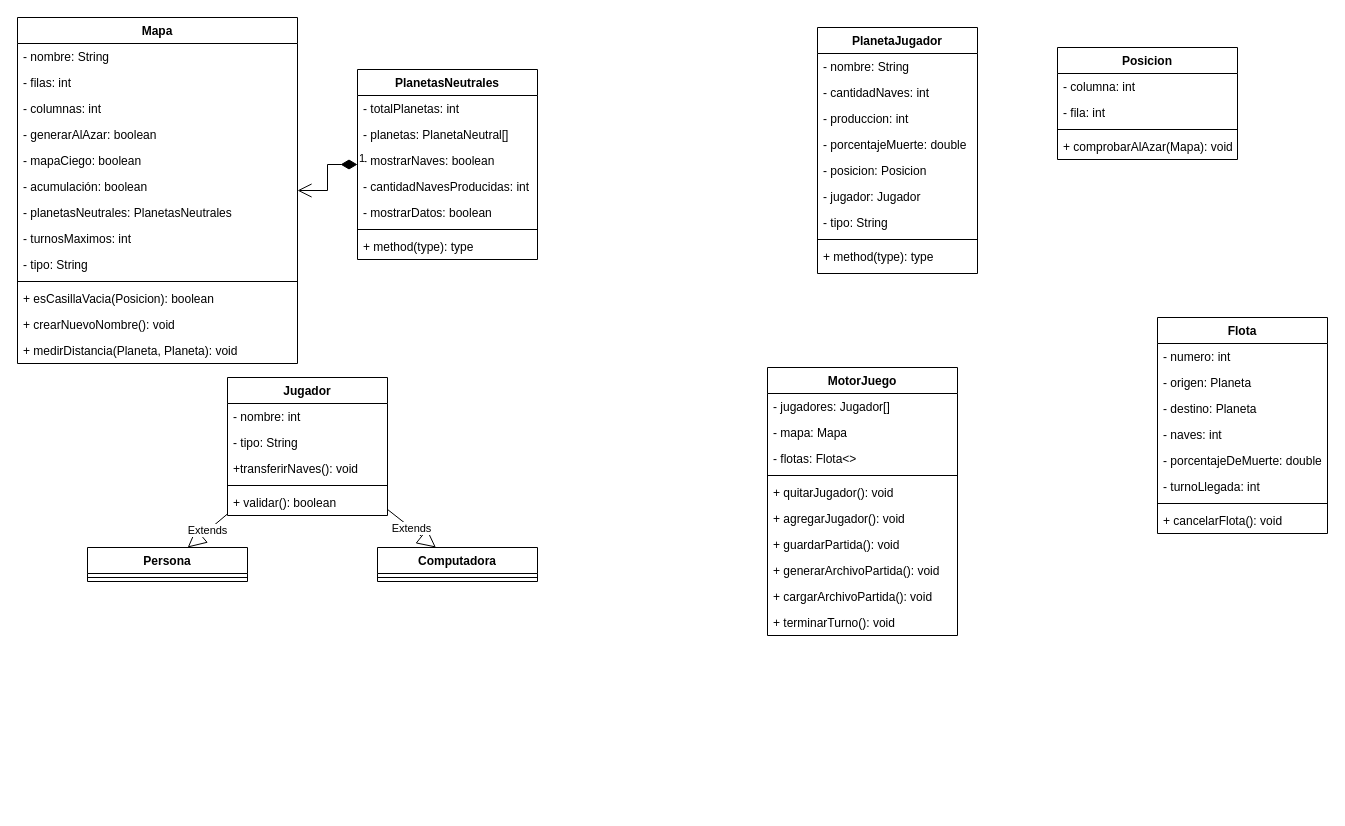
Above: UML.drawio in alejandro-vasquez-es/konquest (draw.io), before the change. Source tidied: cells renumbered, new cells numbered last; positions are measured from the earlier drawing's top-left corner, leaving out a move shared by most shapes. Both pictures are drawn from the tidied source at 100%, with x=0, y=0 at pixel (17, 17).
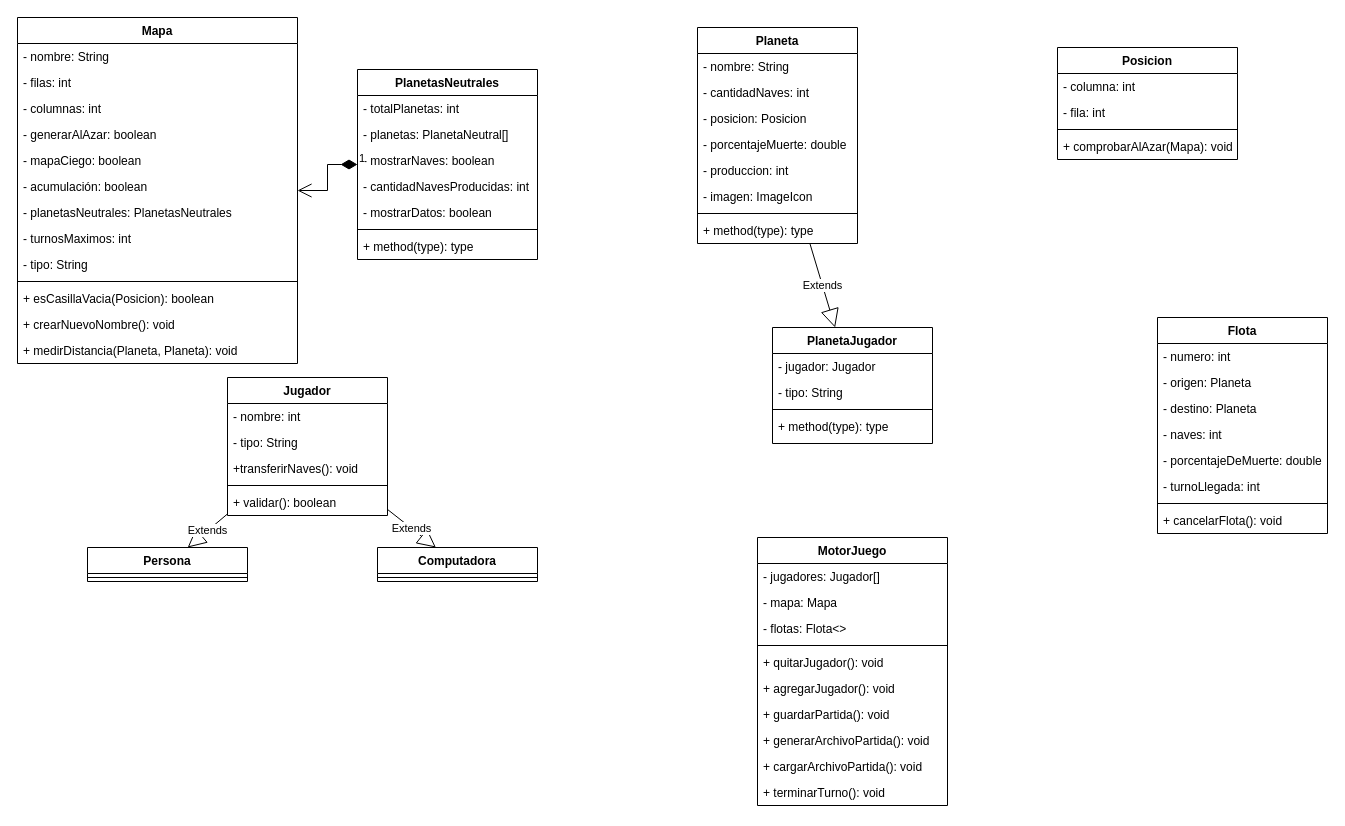
Above is the later version.

Diff of the diagram source:
```diff
@@
     <mxCell id="31" value="PlanetaJugador" style="swimlane;fontStyle=1;align=center;verticalAlign=top;horizontal=1;startSize=26;" parent="1" vertex="1">
-      <mxGeometry x="800" y="10" width="160" height="246" as="geometry" />
+      <mxGeometry x="755" y="310" width="160" height="116" as="geometry" />
     </mxCell>
-    <mxCell id="32" value="- nombre: String" style="text;strokeColor=none;fillColor=none;align=left;verticalAlign=top;spacingLeft=4;spacingRight=4;overflow=hidden;" parent="31" vertex="1">
-      <mxGeometry y="26" width="160" height="26" as="geometry" />
-    </mxCell>
-    <mxCell id="33" value="- cantidadNaves: int" style="text;strokeColor=none;fillColor=none;align=left;verticalAlign=top;spacingLeft=4;spacingRight=4;overflow=hidden;" parent="31" vertex="1">
-      <mxGeometry y="52" width="160" height="26" as="geometry" />
-    </mxCell>
-    <mxCell id="34" value="- produccion: int" style="text;strokeColor=none;fillColor=none;align=left;verticalAlign=top;spacingLeft=4;spacingRight=4;overflow=hidden;" parent="31" vertex="1">
-      <mxGeometry y="78" width="160" height="26" as="geometry" />
-    </mxCell>
-    <mxCell id="35" value="- porcentajeMuerte: double" style="text;strokeColor=none;fillColor=none;align=left;verticalAlign=top;spacingLeft=4;spacingRight=4;overflow=hidden;" parent="31" vertex="1">
-      <mxGeometry y="104" width="160" height="26" as="geometry" />
-    </mxCell>
-    <mxCell id="36" value="- posicion: Posicion" style="text;strokeColor=none;fillColor=none;align=left;verticalAlign=top;spacingLeft=4;spacingRight=4;overflow=hidden;" parent="31" vertex="1">
-      <mxGeometry y="130" width="160" height="26" as="geometry" />
-    </mxCell>
     <mxCell id="37" value="- jugador: Jugador" style="text;strokeColor=none;fillColor=none;align=left;verticalAlign=top;spacingLeft=4;spacingRight=4;overflow=hidden;" parent="31" vertex="1">
-      <mxGeometry y="156" width="160" height="26" as="geometry" />
+      <mxGeometry y="26" width="160" height="26" as="geometry" />
     </mxCell>
     <mxCell id="38" value="- tipo: String" style="text;strokeColor=none;fillColor=none;align=left;verticalAlign=top;spacingLeft=4;spacingRight=4;overflow=hidden;" parent="31" vertex="1">
-      <mxGeometry y="182" width="160" height="26" as="geometry" />
+      <mxGeometry y="52" width="160" height="26" as="geometry" />
     </mxCell>
     <mxCell id="39" style="line;strokeWidth=1;fillColor=none;align=left;verticalAlign=middle;spacingTop=-1;spacingLeft=3;spacingRight=3;labelPosition=right;" parent="31" vertex="1">
-      <mxGeometry y="208" width="160" height="8" as="geometry" />
+      <mxGeometry y="78" width="160" height="8" as="geometry" />
     </mxCell>
     <mxCell id="40" value="+ method(type): type" style="text;strokeColor=none;fillColor=none;align=left;verticalAlign=top;spacingLeft=4;spacingRight=4;overflow=hidden;" parent="31" vertex="1">
-      <mxGeometry y="216" width="160" height="30" as="geometry" />
+      <mxGeometry y="86" width="160" height="30" as="geometry" />
     </mxCell>
@@
     <mxCell id="52" value="MotorJuego" style="swimlane;fontStyle=1;align=center;verticalAlign=top;horizontal=1;startSize=26;" parent="1" vertex="1">
-      <mxGeometry x="750" y="350" width="190" height="268" as="geometry" />
+      <mxGeometry x="740" y="520" width="190" height="268" as="geometry" />
     </mxCell>
@@
+    <mxCell id="72" value="Planeta" style="swimlane;fontStyle=1;align=center;verticalAlign=top;horizontal=1;startSize=26;" parent="1" vertex="1">
+      <mxGeometry x="680" y="10" width="160" height="216" as="geometry" />
+    </mxCell>
+    <mxCell id="32" value="- nombre: String" style="text;strokeColor=none;fillColor=none;align=left;verticalAlign=top;spacingLeft=4;spacingRight=4;overflow=hidden;" parent="72" vertex="1">
+      <mxGeometry y="26" width="160" height="26" as="geometry" />
+    </mxCell>
+    <mxCell id="33" value="- cantidadNaves: int" style="text;strokeColor=none;fillColor=none;align=left;verticalAlign=top;spacingLeft=4;spacingRight=4;overflow=hidden;" parent="72" vertex="1">
+      <mxGeometry y="52" width="160" height="26" as="geometry" />
+    </mxCell>
+    <mxCell id="36" value="- posicion: Posicion" style="text;strokeColor=none;fillColor=none;align=left;verticalAlign=top;spacingLeft=4;spacingRight=4;overflow=hidden;" parent="72" vertex="1">
+      <mxGeometry y="78" width="160" height="26" as="geometry" />
+    </mxCell>
+    <mxCell id="35" value="- porcentajeMuerte: double" style="text;strokeColor=none;fillColor=none;align=left;verticalAlign=top;spacingLeft=4;spacingRight=4;overflow=hidden;" parent="72" vertex="1">
+      <mxGeometry y="104" width="160" height="26" as="geometry" />
+    </mxCell>
+    <mxCell id="34" value="- produccion: int" style="text;strokeColor=none;fillColor=none;align=left;verticalAlign=top;spacingLeft=4;spacingRight=4;overflow=hidden;" parent="72" vertex="1">
+      <mxGeometry y="130" width="160" height="26" as="geometry" />
+    </mxCell>
+    <mxCell id="73" value="- imagen: ImageIcon" style="text;strokeColor=none;fillColor=none;align=left;verticalAlign=top;spacingLeft=4;spacingRight=4;overflow=hidden;" parent="72" vertex="1">
+      <mxGeometry y="156" width="160" height="26" as="geometry" />
+    </mxCell>
+    <mxCell id="74" style="line;strokeWidth=1;fillColor=none;align=left;verticalAlign=middle;spacingTop=-1;spacingLeft=3;spacingRight=3;labelPosition=right;" parent="72" vertex="1">
+      <mxGeometry y="182" width="160" height="8" as="geometry" />
+    </mxCell>
+    <mxCell id="75" value="+ method(type): type" style="text;strokeColor=none;fillColor=none;align=left;verticalAlign=top;spacingLeft=4;spacingRight=4;overflow=hidden;" parent="72" vertex="1">
+      <mxGeometry y="190" width="160" height="26" as="geometry" />
+    </mxCell>
+    <mxCell id="76" value="Extends" style="endArrow=block;endSize=16;endFill=0;html=1;rounded=0;" parent="1" edge="1" source="72" target="31">
+      <mxGeometry relative="1" as="geometry" />
+    </mxCell>
```
